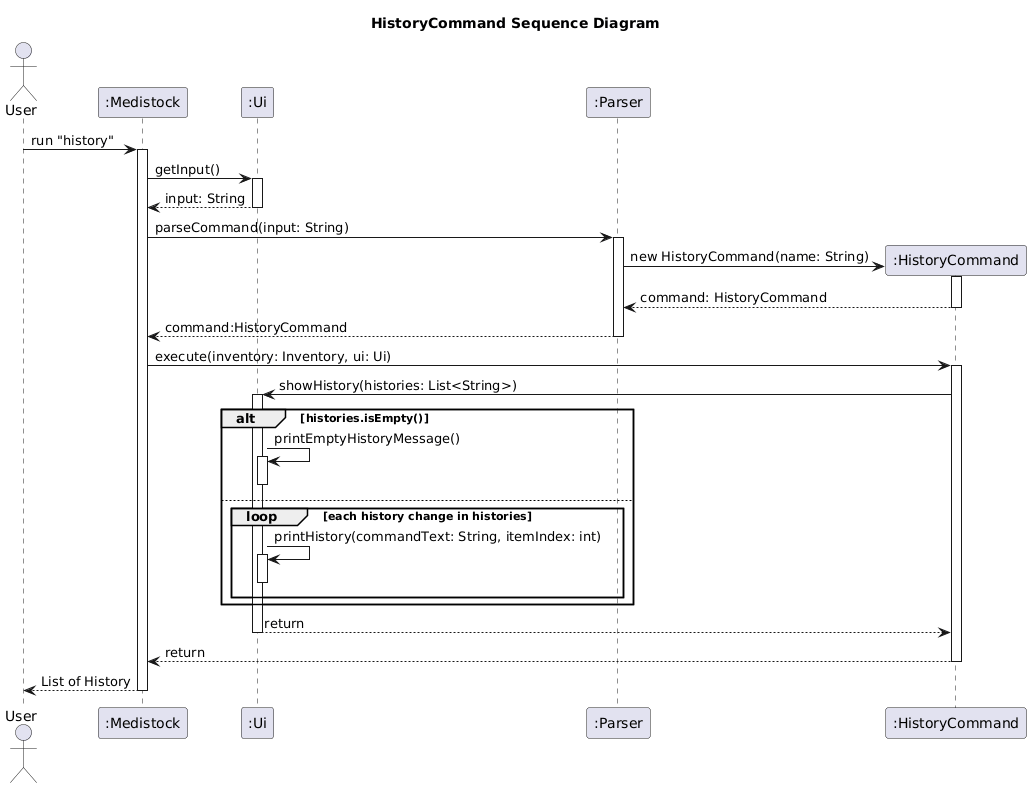
Before: docs/diagrams/HistoryCommandSequenceDiagram.png, a diagram exported from PlantUML (Yonish18/tp). The source it was exported from:
```plantuml
@startuml
title HistoryCommand Sequence Diagram

actor User
participant ":Medistock" as App
participant ":Ui" as Ui
participant ":Parser" as Parser
participant ":HistoryCommand" as HistoryCommand

User -> App : run "history"
activate App

App -> Ui : getInput()
activate Ui
Ui --> App : input: String
deactivate Ui

App -> Parser : parseCommand(input: String)
activate Parser

create HistoryCommand
Parser -> HistoryCommand : new HistoryCommand(name: String)
activate HistoryCommand
HistoryCommand --> Parser : command: HistoryCommand
deactivate HistoryCommand

Parser --> App : command:HistoryCommand
deactivate Parser

App -> HistoryCommand : execute(inventory: Inventory, ui: Ui)
activate HistoryCommand

HistoryCommand -> Ui : showHistory(histories: List<String>)
activate Ui
alt histories.isEmpty()
    Ui -> Ui : printEmptyHistoryMessage()
    activate Ui
    deactivate Ui
else
    loop each history change in histories
        Ui -> Ui : printHistory(commandText: String, itemIndex: int)
        activate Ui
        deactivate Ui
    end
end
Ui --> HistoryCommand : return
deactivate Ui

HistoryCommand --> App : return
deactivate HistoryCommand

App --> User : List of History
deactivate App
@enduml
```
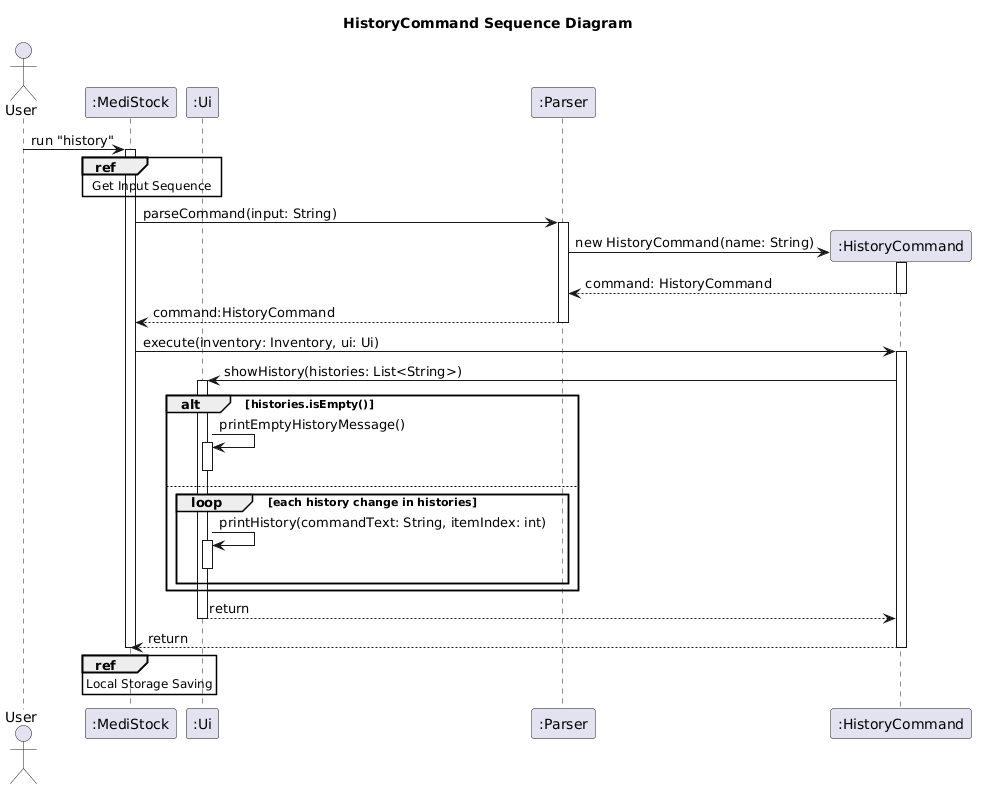
After the change.

Diff of the diagram source:
```diff
@@ -2,18 +2,16 @@
 title HistoryCommand Sequence Diagram
 
 actor User
-participant ":Medistock" as App
+participant ":MediStock" as App
 participant ":Ui" as Ui
 participant ":Parser" as Parser
 participant ":HistoryCommand" as HistoryCommand
 
 User -> App : run "history"
 activate App
-
-App -> Ui : getInput()
-activate Ui
-Ui --> App : input: String
-deactivate Ui
+ref over App, Ui
+    Get Input Sequence
+end
 
 App -> Parser : parseCommand(input: String)
 activate Parser
@@ -49,6 +47,8 @@
 HistoryCommand --> App : return
 deactivate HistoryCommand
 
-App --> User : List of History
+ref over App
+    Local Storage Saving
+end
 deactivate App
 @enduml
```
